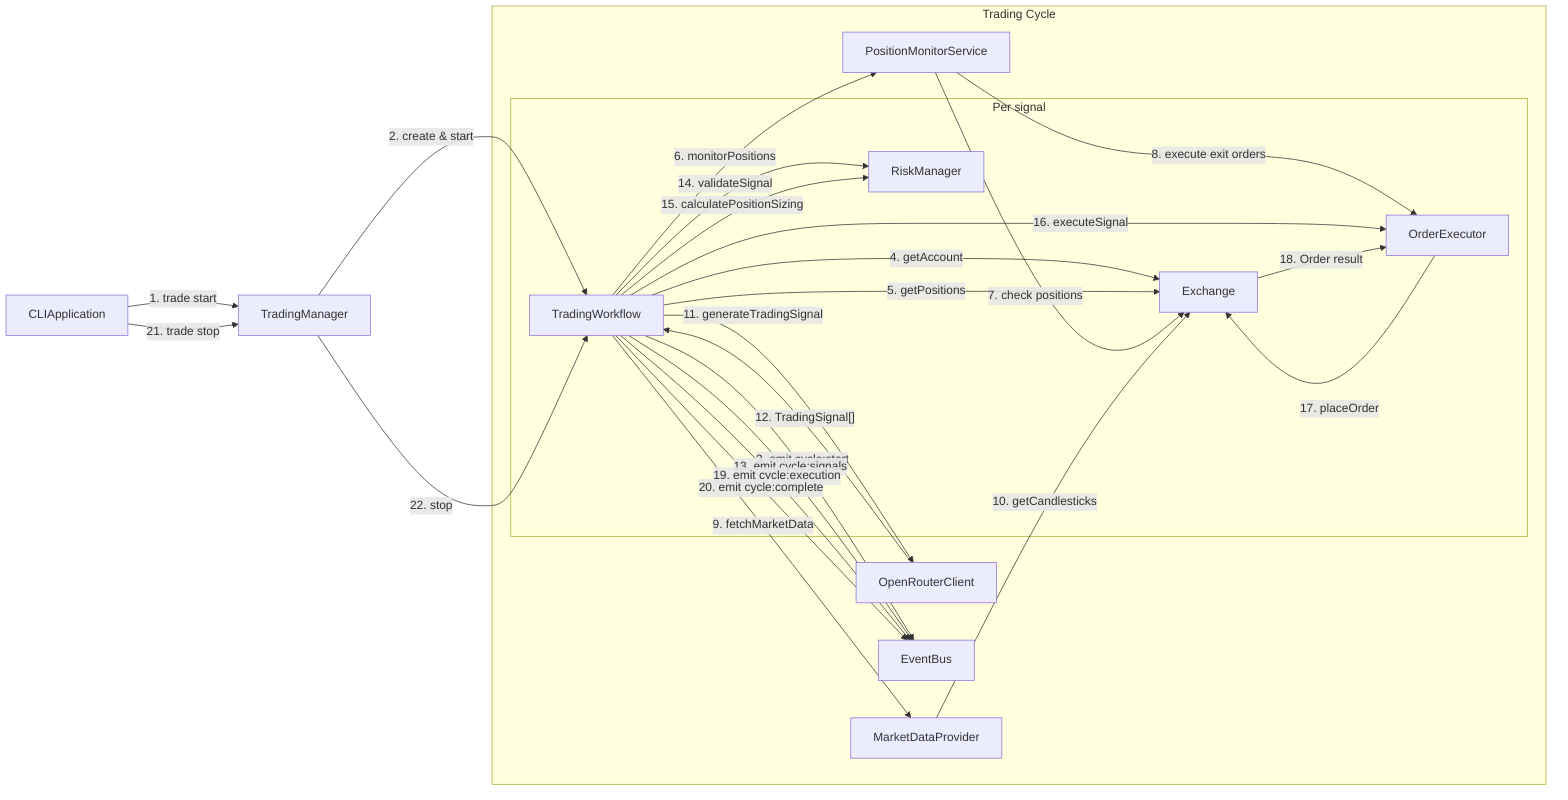
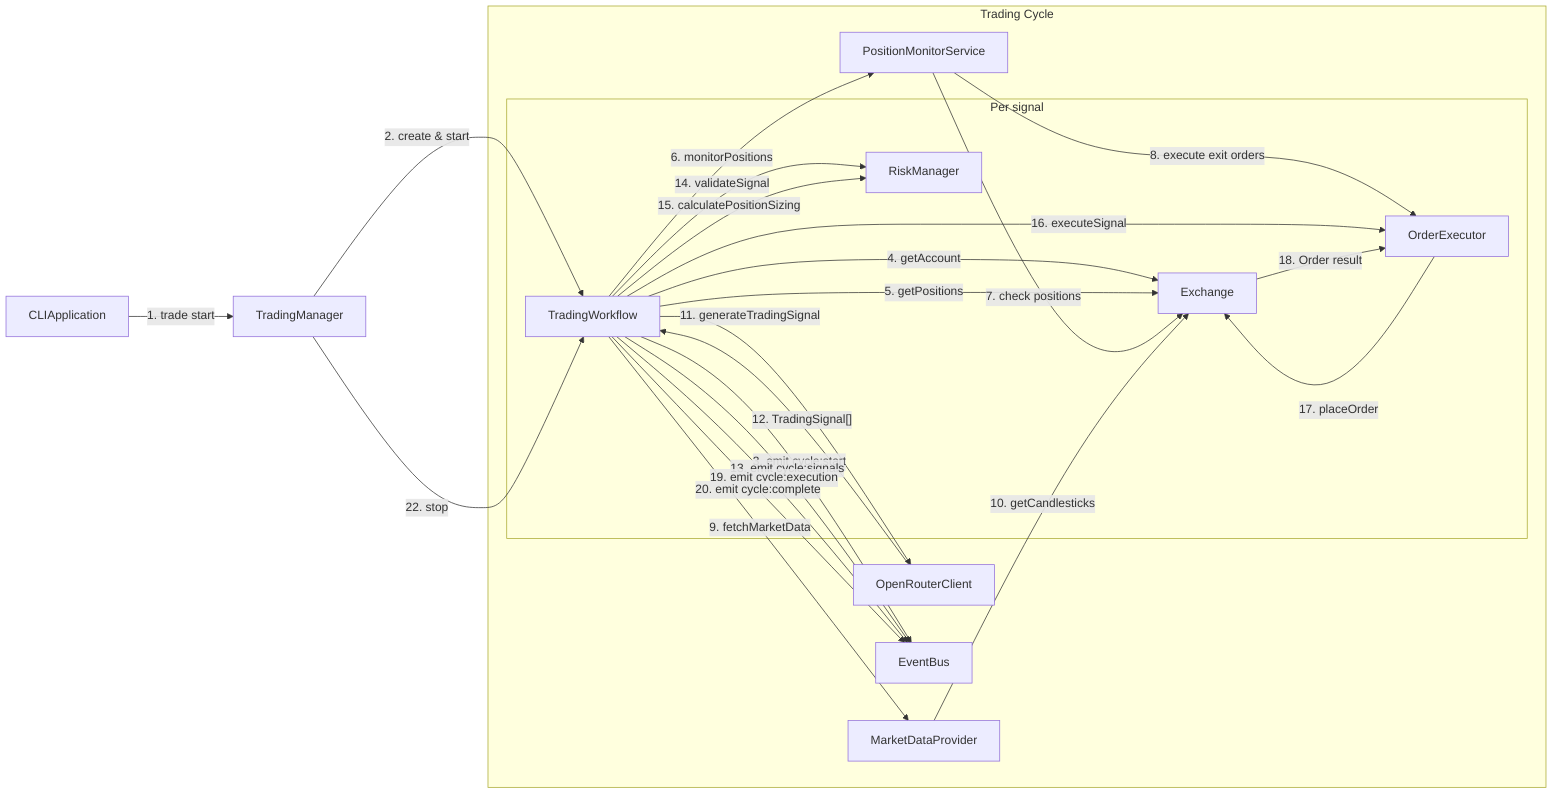
graph LR
  %% Participants
  CLI[CLIApplication]
  TM[TradingManager]
  TW[TradingWorkflow]
  EX[Exchange]
  MDP[MarketDataProvider]
  AI[OpenRouterClient]
  RM[RiskManager]
  OE[OrderExecutor]
  PM[PositionMonitorService]
  EB[EventBus]

  %% Start/stop
  CLI -- 1. trade start --> TM
  TM  -- 2. create & start --> TW
  TW  -- 3. emit cycle:start --> EB

  %% Trading cycle (collaboration view)
  subgraph TC[Trading Cycle]
    TW -- 4. getAccount --> EX
    TW -- 5. getPositions --> EX
    TW -- 6. monitorPositions --> PM
    PM -- 7. check positions --> EX
    PM -- 8. execute exit orders --> OE

    TW -- 9. fetchMarketData --> MDP
    MDP -- 10. getCandlesticks --> EX

    TW -- 11. generateTradingSignal --> AI
    AI -- 12. TradingSignal[] --> TW

    TW -- 13. emit cycle:signals --> EB

    subgraph PS[Per signal]
      TW -- 14. validateSignal --> RM
      TW -- 15. calculatePositionSizing --> RM
      TW -- 16. executeSignal --> OE
      OE -- 17. placeOrder --> EX
      EX -- 18. Order result --> OE
    end

    TW -- 19. emit cycle:execution --> EB
    TW -- 20. emit cycle:complete --> EB
  end

-   CLI -- 21. trade stop --> TM
+   %% CLI stop command removed; use Ctrl+C
  TM  -- 22. stop --> TW